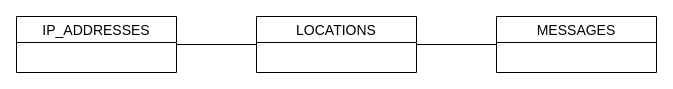
Before: page "conceptual_design" (1 of 3) of documentation/ERD.drawio in LucaBalduzziNI/nimbus-intelligence-coh2-python-project, a draw.io diagram. Source tidied: cells renumbered, new cells numbered last; positions are measured from the earlier drawing's top-left corner, leaving out a move shared by most shapes. Both pictures are drawn from the tidied source at 100%, with x=0, y=0 at pixel (16, 16).
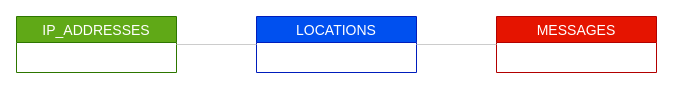
The same diagram, later.

Change to the diagram source:
```diff
@@
 <mxGraphModel>
   <root>
     <mxCell id="0" />
     <mxCell id="1" parent="0" />
-    <mxCell id="2" value="IP_ADDRESSES" style="swimlane;fontStyle=0;horizontal=1;startSize=26;align=center;fontSize=14;" parent="1" vertex="1">
+    <mxCell id="2" value="IP_ADDRESSES" style="swimlane;fontStyle=0;horizontal=1;startSize=26;align=center;fontSize=14;fillColor=#60a917;fontColor=#ffffff;strokeColor=#2D7600;" parent="1" vertex="1">
       <mxGeometry width="160" height="56" as="geometry" />
     </mxCell>
-    <mxCell id="3" value="LOCATIONS" style="swimlane;fontStyle=0;horizontal=1;startSize=26;align=center;fontSize=14;" parent="1" vertex="1">
+    <mxCell id="3" value="LOCATIONS" style="swimlane;fontStyle=0;horizontal=1;startSize=26;align=center;fontSize=14;fillColor=#0050ef;fontColor=#ffffff;strokeColor=#001DBC;" parent="1" vertex="1">
       <mxGeometry x="240" width="160" height="56" as="geometry" />
     </mxCell>
-    <mxCell id="4" value="MESSAGES" style="swimlane;fontStyle=0;horizontal=1;startSize=26;align=center;fontSize=14;" parent="1" vertex="1">
+    <mxCell id="4" value="MESSAGES" style="swimlane;fontStyle=0;horizontal=1;startSize=26;align=center;fontSize=14;fillColor=#e51400;fontColor=#ffffff;strokeColor=#B20000;" parent="1" vertex="1">
       <mxGeometry x="480" width="160" height="56" as="geometry" />
     </mxCell>
-    <mxCell id="5" style="endArrow=none;html=1;rounded=0;" parent="1" edge="1" source="2" target="3">
+    <mxCell id="5" style="endArrow=none;html=1;rounded=0;strokeColor=#CCCCCC;" parent="1" edge="1" source="2" target="3">
       <mxGeometry relative="1" as="geometry" />
     </mxCell>
-    <mxCell id="6" style="endArrow=none;html=1;rounded=0;" parent="1" edge="1" source="3" target="4">
+    <mxCell id="6" style="endArrow=none;html=1;rounded=0;strokeColor=#CCCCCC;" parent="1" edge="1" source="3" target="4">
       <mxGeometry relative="1" as="geometry" />
     </mxCell>
   </root>
 </mxGraphModel>
```
